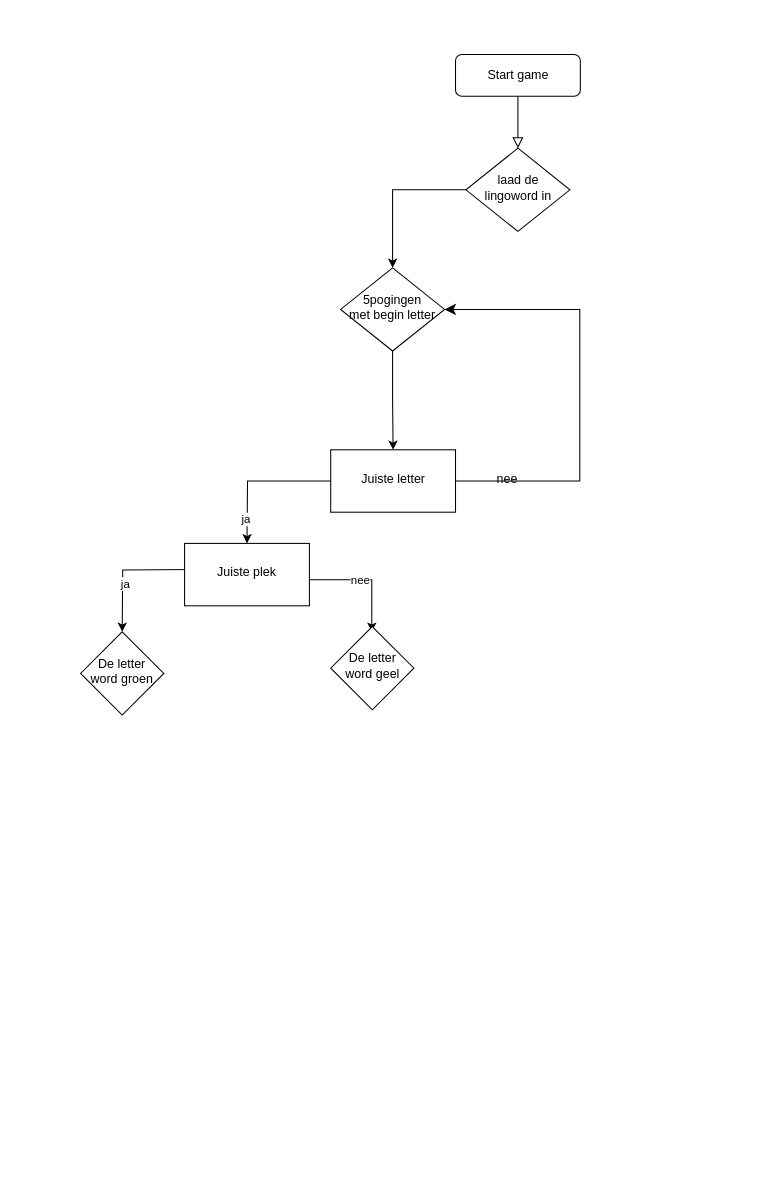
The draw.io diagram lingo.drawio in mojtaba332/Lingo_mp, before the edit. Source tidied: cells renumbered, new cells numbered last; positions are measured from the earlier drawing's top-left corner, leaving out a move shared by most shapes. Both pictures are drawn from the tidied source at 104%, with x=0, y=0 at pixel (80, 54).
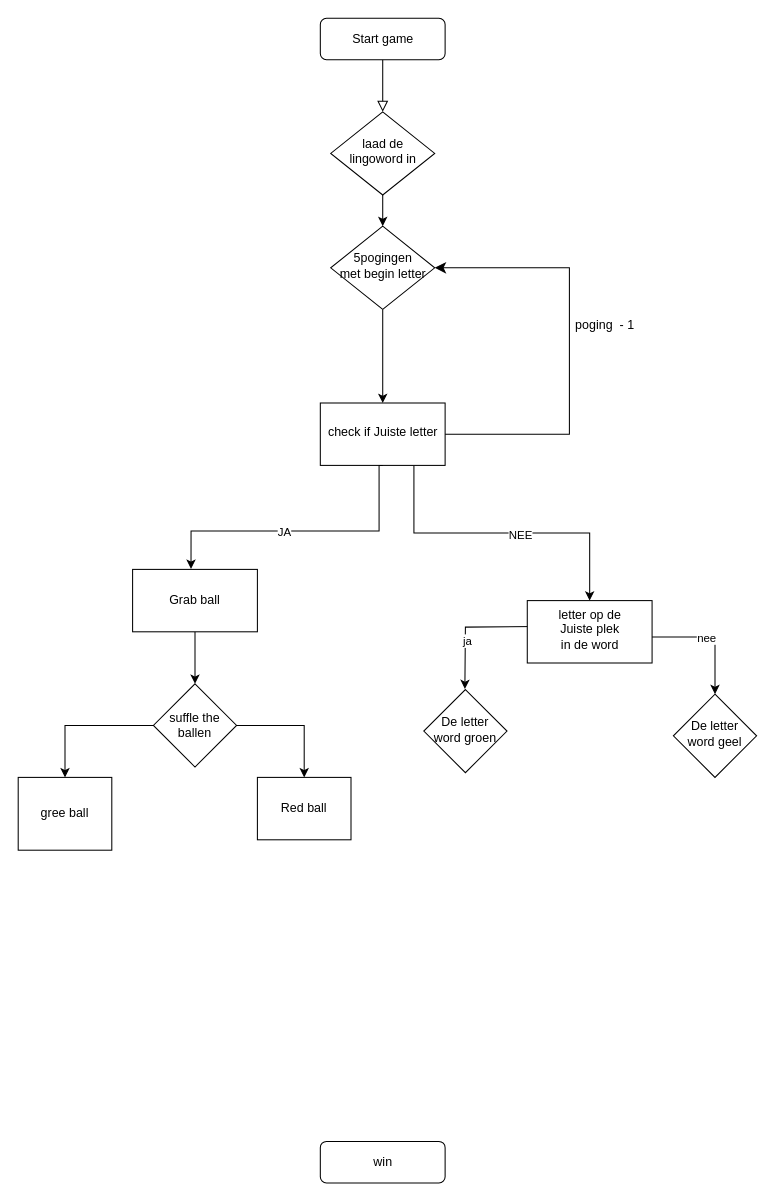
The same diagram, later.

What changed in the source:
```diff
@@
     <mxCell id="3" value="Start game" style="rounded=1;whiteSpace=wrap;html=1;fontSize=12;glass=0;strokeWidth=1;shadow=0;" parent="1" vertex="1">
-      <mxGeometry x="360.5" width="120" height="40" as="geometry" />
+      <mxGeometry x="230.5" y="-35" width="120" height="40" as="geometry" />
     </mxCell>
@@
     <mxCell id="5" value="laad de lingoword in" style="rhombus;whiteSpace=wrap;html=1;shadow=0;fontFamily=Helvetica;fontSize=12;align=center;strokeWidth=1;spacing=6;spacingTop=-4;" parent="1" vertex="1">
-      <mxGeometry x="370.5" y="90" width="100" height="80" as="geometry" />
+      <mxGeometry x="240.5" y="55" width="100" height="80" as="geometry" />
     </mxCell>
@@
     <mxCell id="7" value="5pogingen&lt;div&gt;met begin letter&lt;/div&gt;" style="rhombus;whiteSpace=wrap;html=1;shadow=0;fontFamily=Helvetica;fontSize=12;align=center;strokeWidth=1;spacing=6;spacingTop=-4;" parent="1" vertex="1">
-      <mxGeometry x="250" y="205" width="100" height="80" as="geometry" />
+      <mxGeometry x="240.5" y="165" width="100" height="80" as="geometry" />
     </mxCell>
     <mxCell id="8" style="edgeStyle=orthogonalEdgeStyle;rounded=0;orthogonalLoop=1;jettySize=auto;html=1;" parent="1" edge="1">
       <mxGeometry relative="1" as="geometry">
-        <mxPoint x="110" y="495" as="sourcePoint" />
-        <mxPoint x="40" y="555" as="targetPoint" />
+        <mxPoint x="439.5" y="550" as="sourcePoint" />
+        <mxPoint x="369.5" y="610" as="targetPoint" />
       </mxGeometry>
     </mxCell>
@@
-    <mxCell id="10" style="edgeStyle=orthogonalEdgeStyle;rounded=0;orthogonalLoop=1;jettySize=auto;html=1;" parent="1" edge="1">
+    <mxCell id="10" style="edgeStyle=orthogonalEdgeStyle;rounded=0;jettySize=auto;html=1;entryX=0.5;entryY=0;entryDx=0;entryDy=0;" parent="1" edge="1" target="16">
       <mxGeometry relative="1" as="geometry">
-        <mxPoint x="130" y="505" as="sourcePoint" />
-        <mxPoint x="280" y="555" as="targetPoint" />
+        <mxPoint x="459.5" y="560" as="sourcePoint" />
         <Array as="points">
-          <mxPoint x="280" y="505" />
+          <mxPoint x="610" y="560" />
         </Array>
       </mxGeometry>
     </mxCell>
@@
-    <mxCell id="12" style="edgeStyle=orthogonalEdgeStyle;rounded=0;jettySize=auto;html=1;" parent="1" edge="1" source="14">
-      <mxGeometry relative="1" as="geometry">
-        <mxPoint x="160" y="470" as="targetPoint" />
-      </mxGeometry>
-    </mxCell>
-    <mxCell id="13" value="ja" style="edgeLabel;html=1;align=center;verticalAlign=middle;" parent="12" vertex="1">
-      <mxGeometry x="0.67" y="-2" relative="1" as="geometry" />
-    </mxCell>
+    <mxCell id="20" style="edgeStyle=orthogonalEdgeStyle;rounded=0;jettySize=auto;html=1;entryX=0.5;entryY=0;entryDx=0;entryDy=0;exitX=0.75;exitY=1;exitDx=0;exitDy=0;" parent="1" edge="1" source="14" target="17">
+      <mxGeometry relative="1" as="geometry" />
+    </mxCell>
+    <mxCell id="21" value="NEE" style="edgeLabel;html=1;align=center;verticalAlign=middle;" parent="20" vertex="1">
+      <mxGeometry x="0.12" y="-1" relative="1" as="geometry" />
+    </mxCell>
-    <mxCell id="14" value="Juiste letter" style="whiteSpace=wrap;html=1;shadow=0;strokeWidth=1;spacing=6;spacingTop=-4;" parent="1" vertex="1">
-      <mxGeometry x="240.5" y="380" width="120" height="60" as="geometry" />
+    <mxCell id="14" value="check if Juiste letter" style="whiteSpace=wrap;html=1;shadow=0;strokeWidth=1;spacing=6;spacingTop=-4;" parent="1" vertex="1">
+      <mxGeometry x="230.5" y="335" width="120" height="60" as="geometry" />
     </mxCell>
     <mxCell id="15" value="De letter word groen" style="rhombus;whiteSpace=wrap;html=1;shadow=0;strokeWidth=1;spacing=6;spacingTop=-4;" parent="1" vertex="1">
-      <mxGeometry y="555" width="80" height="80" as="geometry" />
+      <mxGeometry x="330" y="610.5" width="80" height="80" as="geometry" />
     </mxCell>
-    <mxCell id="16" value="De letter word geel" style="rhombus;whiteSpace=wrap;html=1;shadow=0;strokeWidth=1;spacing=6;spacingTop=-4;" parent="1" vertex="1">
-      <mxGeometry x="240.5" y="550" width="80" height="80" as="geometry" />
-    </mxCell>
-    <mxCell id="17" value="Juiste plek" style="whiteSpace=wrap;html=1;shadow=0;strokeWidth=1;spacing=6;spacingTop=-4;" parent="1" vertex="1">
-      <mxGeometry x="100" y="470" width="120" height="60" as="geometry" />
+    <mxCell id="17" value="letter op de&lt;br&gt;Juiste plek&lt;br&gt;in de word" style="whiteSpace=wrap;html=1;shadow=0;strokeWidth=1;spacing=6;spacingTop=-4;" parent="1" vertex="1">
+      <mxGeometry x="429.5" y="525" width="120" height="60" as="geometry" />
     </mxCell>
     <mxCell id="18" style="edgeStyle=elbowEdgeStyle;elbow=vertical;endArrow=classic;html=1;curved=0;rounded=0;endSize=8;startSize=8;exitX=1;exitY=0.5;exitDx=0;exitDy=0;entryX=1;entryY=0.5;entryDx=0;entryDy=0;" parent="1" edge="1" source="14" target="7">
       <mxGeometry relative="1" as="geometry">
         <Array as="points">
-          <mxPoint x="480" y="305" />
+          <mxPoint x="470" y="355" />
         </Array>
       </mxGeometry>
     </mxCell>
-    <mxCell id="19" value="nee" style="text;html=1;align=center;verticalAlign=middle;strokeColor=none;fillColor=none;" parent="1" vertex="1">
-      <mxGeometry x="390" y="393" width="40" height="30" as="geometry" />
-    </mxCell>
+    <mxCell id="22" value="poging&amp;nbsp; - 1" style="text;strokeColor=none;fillColor=none;align=left;verticalAlign=middle;spacingLeft=4;spacingRight=4;overflow=hidden;whiteSpace=wrap;html=1;" parent="1" vertex="1">
+      <mxGeometry x="470" y="245" width="80" height="30" as="geometry" />
+    </mxCell>
+    <mxCell id="23" style="edgeStyle=orthogonalEdgeStyle;rounded=0;jettySize=auto;html=1;exitX=0.5;exitY=1;exitDx=0;exitDy=0;entryX=0.468;entryY=-0.007;entryDx=0;entryDy=0;entryPerimeter=0;" parent="1" edge="1" source="14" target="26">
+      <mxGeometry relative="1" as="geometry">
+        <Array as="points">
+          <mxPoint x="287" y="395" />
+          <mxPoint x="287" y="458" />
+          <mxPoint x="106" y="458" />
+        </Array>
+      </mxGeometry>
+    </mxCell>
+    <mxCell id="24" value="JA" style="edgeLabel;html=1;align=center;verticalAlign=middle;" parent="23" vertex="1">
+      <mxGeometry x="0.11" relative="1" as="geometry" />
+    </mxCell>
+    <mxCell id="25" style="edgeStyle=orthogonalEdgeStyle;rounded=0;jettySize=auto;html=1;" parent="1" edge="1" source="26" target="30">
+      <mxGeometry relative="1" as="geometry" />
+    </mxCell>
+    <mxCell id="26" value="Grab ball" style="rounded=0;whiteSpace=wrap;html=1;" parent="1" vertex="1">
+      <mxGeometry x="50" y="495" width="120" height="60" as="geometry" />
+    </mxCell>
+    <mxCell id="16" value="De letter word geel" style="rhombus;whiteSpace=wrap;html=1;shadow=0;strokeWidth=1;spacing=6;spacingTop=-4;" parent="1" vertex="1">
+      <mxGeometry x="570" y="615" width="80" height="80" as="geometry" />
+    </mxCell>
+    <mxCell id="27" value="win" style="rounded=1;whiteSpace=wrap;html=1;fontSize=12;glass=0;strokeWidth=1;shadow=0;" parent="1" vertex="1">
+      <mxGeometry x="230.5" y="1045" width="120" height="40" as="geometry" />
+    </mxCell>
+    <mxCell id="28" style="edgeStyle=orthogonalEdgeStyle;rounded=0;jettySize=auto;html=1;" parent="1" edge="1" source="30" target="31">
+      <mxGeometry relative="1" as="geometry" />
+    </mxCell>
+    <mxCell id="29" style="edgeStyle=orthogonalEdgeStyle;rounded=0;jettySize=auto;html=1;" parent="1" edge="1" source="30" target="32">
+      <mxGeometry relative="1" as="geometry" />
+    </mxCell>
+    <mxCell id="30" value="suffle the ballen" style="rhombus;whiteSpace=wrap;html=1;rounded=0;" parent="1" vertex="1">
+      <mxGeometry x="70" y="605" width="80" height="80" as="geometry" />
+    </mxCell>
+    <mxCell id="31" value="Red ball" style="rounded=0;whiteSpace=wrap;html=1;" parent="1" vertex="1">
+      <mxGeometry x="170" y="695" width="90" height="60" as="geometry" />
+    </mxCell>
+    <mxCell id="32" value="gree ball" style="rounded=0;whiteSpace=wrap;html=1;" parent="1" vertex="1">
+      <mxGeometry x="-60" y="695" width="90" height="70" as="geometry" />
+    </mxCell>
```
